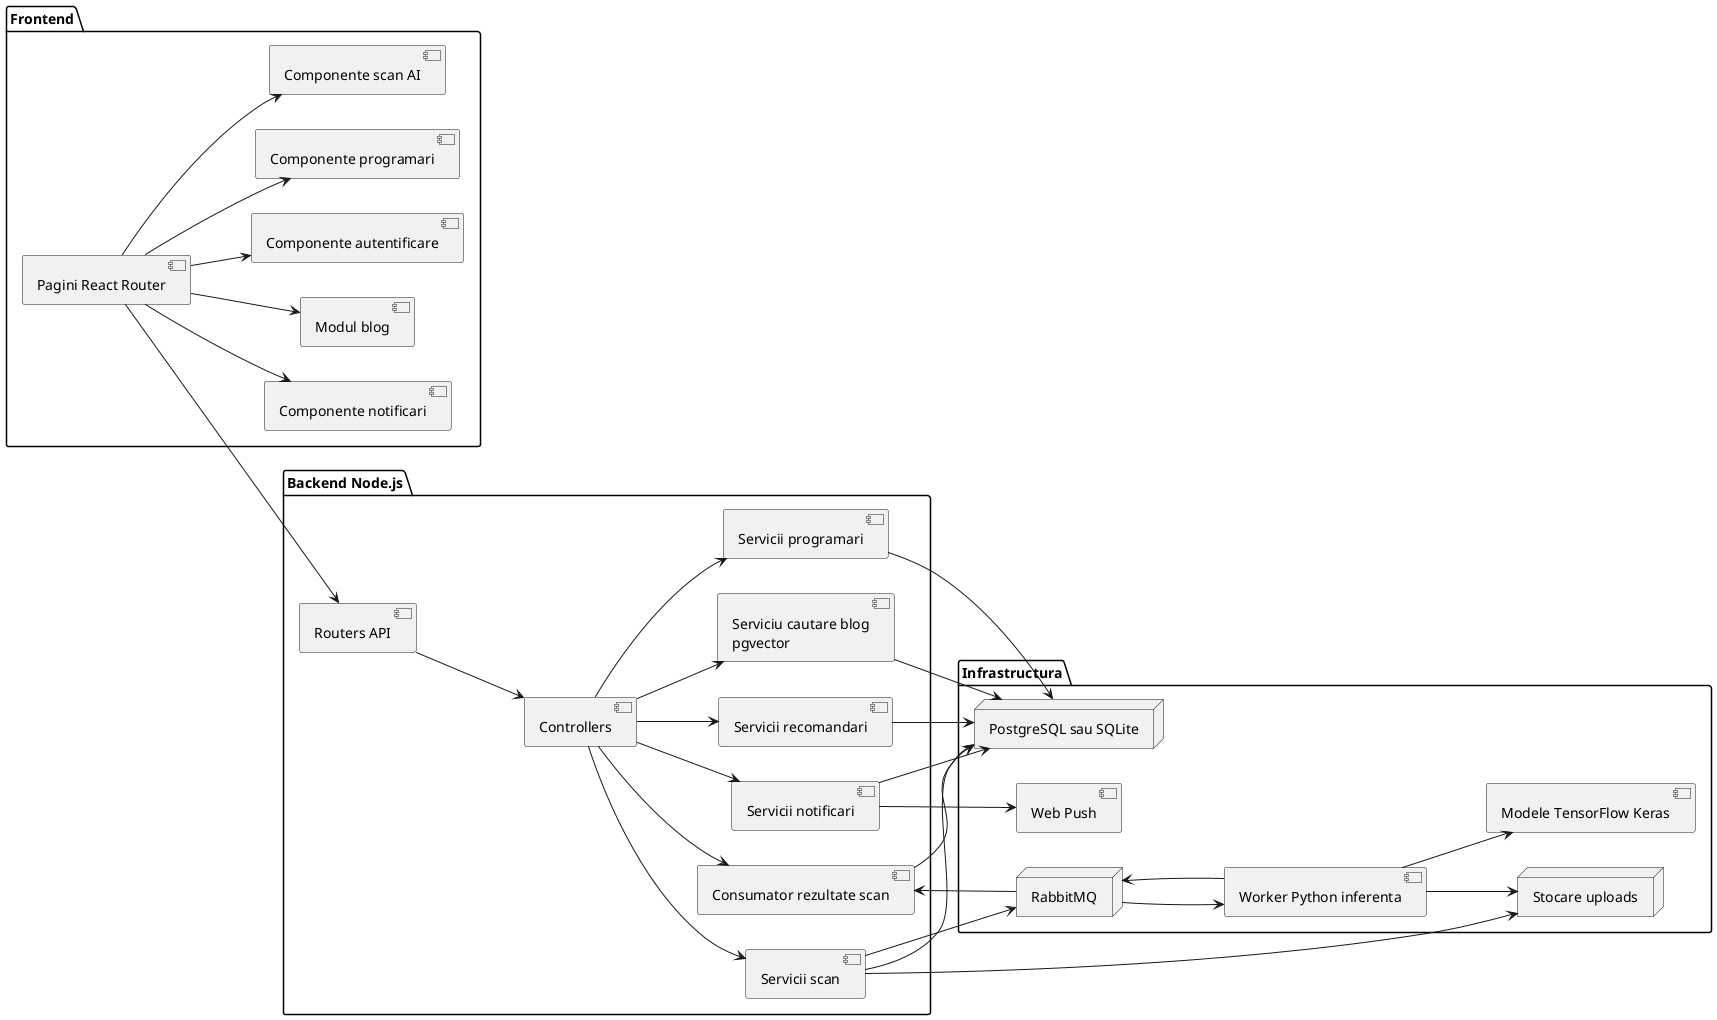
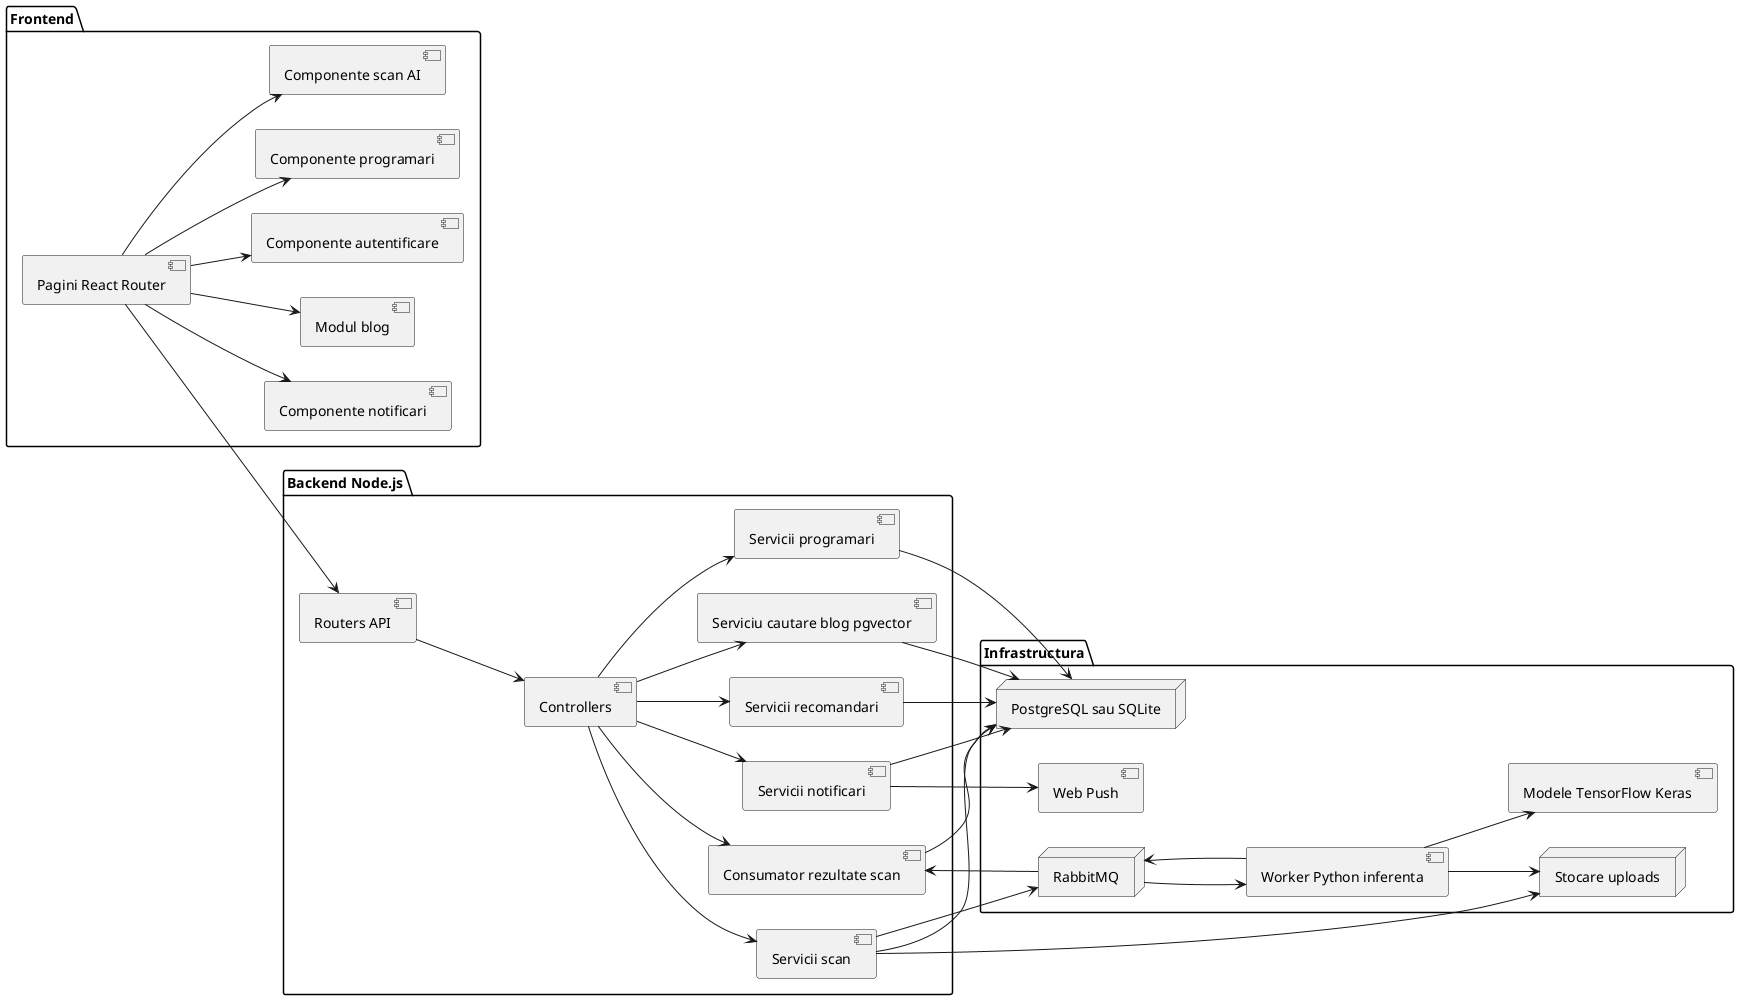
@startuml
left to right direction

package "Frontend" {
  [Pagini React Router] as Pages
  [Componente autentificare] as AuthComp
  [Componente programari] as AppComp
  [Componente scan AI] as ScanComp
  [Componente notificari] as NotifComp
  [Modul blog] as BlogComp
}

package "Backend Node.js" {
  [Routers API] as Routers
  [Controllers] as Controllers
  [Servicii programari] as AppointmentSvc
  [Servicii scan] as ScanSvc
  [Servicii notificari] as NotifSvc
  [Servicii recomandari] as RecoSvc
-   [Serviciu cautare blog\npgvector] as BlogSearchSvc
+   [Serviciu cautare blog pgvector] as BlogSearchSvc
  [Consumator rezultate scan] as ScanResultConsumer
}

package "Infrastructura" {
  node "PostgreSQL sau SQLite" as DB
  node "RabbitMQ" as MQ
  node "Stocare uploads" as Uploads
  [Worker Python inferenta] as Worker
  [Modele TensorFlow Keras] as Models
  [Web Push] as Push
}

Pages --> AuthComp
Pages --> AppComp
Pages --> ScanComp
Pages --> NotifComp
Pages --> BlogComp

Pages --> Routers
Routers --> Controllers
Controllers --> AppointmentSvc
Controllers --> ScanSvc
Controllers --> NotifSvc
Controllers --> RecoSvc
Controllers --> BlogSearchSvc
Controllers --> ScanResultConsumer

AppointmentSvc --> DB
ScanSvc --> DB
NotifSvc --> DB
RecoSvc --> DB
BlogSearchSvc --> DB
ScanResultConsumer --> DB

ScanSvc --> Uploads
ScanSvc --> MQ
MQ --> Worker
Worker --> Models
Worker --> Uploads
Worker --> MQ
MQ --> ScanResultConsumer
NotifSvc --> Push

@enduml